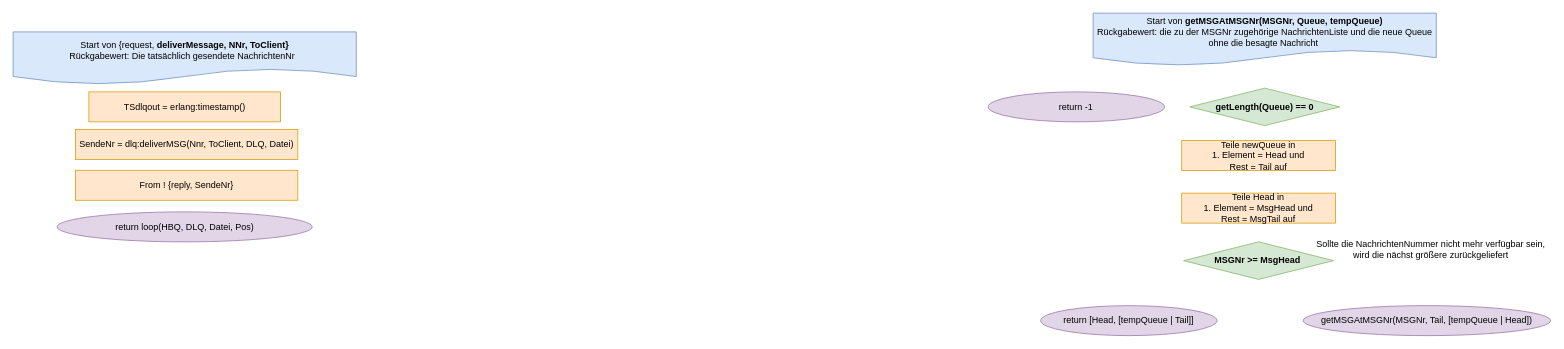
Earlier version of the draw.io diagram Grafiken:Bilder/draw.io/HBQ/3. deliverMSG.drawio (krisschaaf/Hausarbeit_Erlang_Queues). Source tidied: cells renumbered, new cells numbered last; positions are measured from the earlier drawing's top-left corner, leaving out a move shared by most shapes. Both pictures are drawn from the tidied source at 75%, with x=0, y=0 at pixel (13, 13).
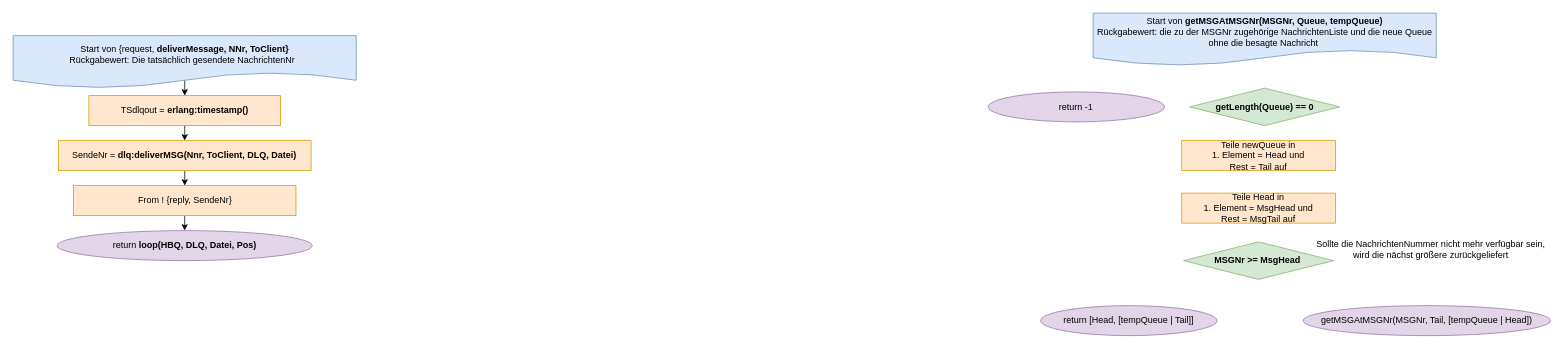
After the change.

Change to the diagram source:
```diff
@@
+    <mxCell id="16" style="edgeStyle=orthogonalEdgeStyle;rounded=0;jettySize=auto;html=1;exitX=0.5;exitY=0;exitDx=0;exitDy=0;entryX=0.5;entryY=0;entryDx=0;entryDy=0;" parent="1" edge="1" source="11" target="12">
+      <mxGeometry relative="1" as="geometry">
+        <Array as="points">
+          <mxPoint x="229" y="35" />
+          <mxPoint x="229" y="35" />
+        </Array>
+      </mxGeometry>
+    </mxCell>
     <mxCell id="11" value="Start von {request,&amp;nbsp;&lt;b&gt;deliverMessage, NNr, ToClient}&lt;/b&gt;&lt;br&gt;Rückgabewert: Die tatsächlich gesendete NachrichtenNr&amp;nbsp;&amp;nbsp;" style="shape=document;whiteSpace=wrap;html=1;boundedLbl=1;fillColor=#dae8fc;strokeColor=#6c8ebf;" parent="1" vertex="1">
-      <mxGeometry y="25" width="457.5" height="70" as="geometry" />
+      <mxGeometry y="30" width="457.5" height="70" as="geometry" />
     </mxCell>
+    <mxCell id="17" style="edgeStyle=orthogonalEdgeStyle;rounded=0;jettySize=auto;html=1;exitX=0.5;exitY=1;exitDx=0;exitDy=0;entryX=0.5;entryY=0;entryDx=0;entryDy=0;" parent="1" edge="1" source="12" target="13">
+      <mxGeometry relative="1" as="geometry" />
+    </mxCell>
-    <mxCell id="12" value="TSdlqout = erlang:timestamp()" style="rounded=0;whiteSpace=wrap;html=1;fillColor=#ffe6cc;strokeColor=#d79b00;" parent="1" vertex="1">
-      <mxGeometry x="101" y="105" width="255.6" height="40" as="geometry" />
+    <mxCell id="12" value="TSdlqout = &lt;b&gt;erlang:timestamp()&lt;/b&gt;" style="rounded=0;whiteSpace=wrap;html=1;fillColor=#ffe6cc;strokeColor=#d79b00;" parent="1" vertex="1">
+      <mxGeometry x="101" y="110" width="255.6" height="40" as="geometry" />
     </mxCell>
+    <mxCell id="18" style="edgeStyle=orthogonalEdgeStyle;rounded=0;jettySize=auto;html=1;exitX=0.5;exitY=1;exitDx=0;exitDy=0;entryX=0.5;entryY=0;entryDx=0;entryDy=0;" parent="1" edge="1" source="13" target="14">
+      <mxGeometry relative="1" as="geometry" />
+    </mxCell>
-    <mxCell id="13" value="SendeNr = dlq:deliverMSG(Nnr, ToClient, DLQ, Datei)" style="rounded=0;whiteSpace=wrap;html=1;fillColor=#ffe6cc;strokeColor=#d79b00;" parent="1" vertex="1">
-      <mxGeometry x="83" y="155" width="296.6" height="40" as="geometry" />
+    <mxCell id="13" value="SendeNr = &lt;b&gt;dlq:deliverMSG(Nnr, ToClient, DLQ, Datei)&lt;/b&gt;" style="rounded=0;whiteSpace=wrap;html=1;fillColor=#ffe6cc;strokeColor=#d79b00;" parent="1" vertex="1">
+      <mxGeometry x="60.3" y="170" width="337" height="40" as="geometry" />
     </mxCell>
+    <mxCell id="19" style="edgeStyle=orthogonalEdgeStyle;rounded=0;jettySize=auto;html=1;exitX=0.5;exitY=1;exitDx=0;exitDy=0;entryX=0.5;entryY=0;entryDx=0;entryDy=0;" parent="1" edge="1" source="14" target="15">
+      <mxGeometry relative="1" as="geometry" />
+    </mxCell>
     <mxCell id="14" value="From ! {reply, SendeNr}" style="rounded=0;whiteSpace=wrap;html=1;fillColor=#ffe6cc;strokeColor=#d79b00;" parent="1" vertex="1">
-      <mxGeometry x="83" y="209.5" width="296.6" height="40" as="geometry" />
+      <mxGeometry x="80.5" y="230" width="296.6" height="40" as="geometry" />
     </mxCell>
-    <mxCell id="15" value="return loop(HBQ, DLQ, Datei, Pos)" style="ellipse;whiteSpace=wrap;html=1;rounded=0;fillColor=#e1d5e7;strokeColor=#9673a6;" parent="1" vertex="1">
-      <mxGeometry x="58.6" y="265" width="340.2" height="40" as="geometry" />
+    <mxCell id="15" value="return &lt;b&gt;loop(HBQ, DLQ, Datei, Pos)&lt;/b&gt;" style="ellipse;whiteSpace=wrap;html=1;rounded=0;fillColor=#e1d5e7;strokeColor=#9673a6;" parent="1" vertex="1">
+      <mxGeometry x="58.6" y="290" width="340.2" height="40" as="geometry" />
     </mxCell>
```
